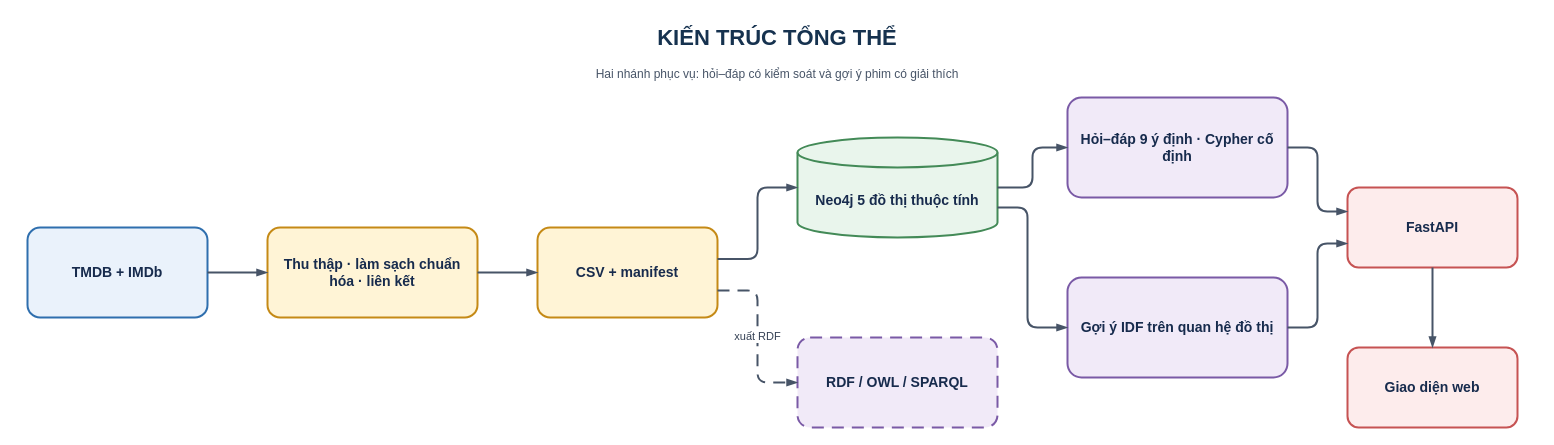
khanhhk/advanced_database keeps this draw.io diagram as report_latex/images/sources/system_architecture.drawio. Above is the earlier version. Source tidied: cells renumbered, new cells numbered last; positions are measured from the earlier drawing's top-left corner, leaving out a move shared by most shapes. Both pictures are drawn from the tidied source at 100%, with x=0, y=0 at pixel (17, 17).
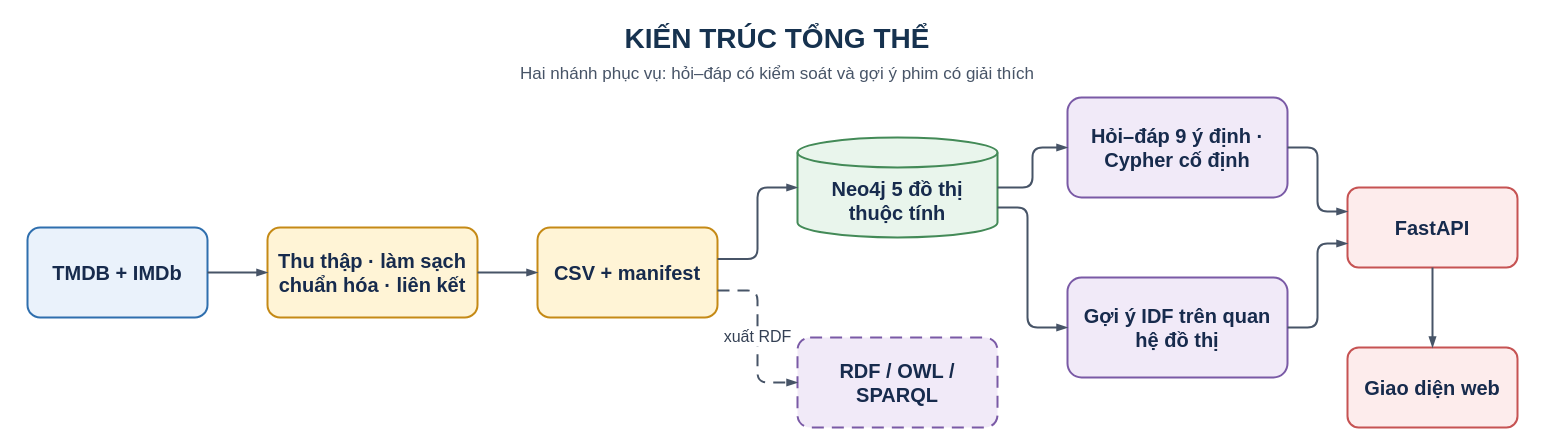
Above is the later version.

Change to the diagram source:
```diff
@@
-    <mxCell id="2" value="KIẾN TRÚC TỔNG THỂ" style="text;html=1;whiteSpace=wrap;align=center;verticalAlign=middle;fontFamily=Helvetica;fontSize=22;fontColor=#16324F;fontStyle=1;" parent="1" vertex="1">
+    <mxCell id="2" value="KIẾN TRÚC TỔNG THỂ" style="text;html=1;whiteSpace=wrap;align=center;verticalAlign=middle;fontFamily=Helvetica;fontSize=28;fontColor=#16324F;fontStyle=1;" parent="1" vertex="1">
       <mxGeometry width="1520" height="42" as="geometry" />
     </mxCell>
-    <mxCell id="3" value="Hai nhánh phục vụ: hỏi–đáp có kiểm soát và gợi ý phim có giải thích" style="text;html=1;whiteSpace=wrap;align=center;verticalAlign=middle;fontFamily=Helvetica;fontSize=12;fontColor=#475467;" parent="1" vertex="1">
+    <mxCell id="3" value="Hai nhánh phục vụ: hỏi–đáp có kiểm soát và gợi ý phim có giải thích" style="text;html=1;whiteSpace=wrap;align=center;verticalAlign=middle;fontFamily=Helvetica;fontSize=17;fontColor=#475467;" parent="1" vertex="1">
       <mxGeometry y="42" width="1520" height="30" as="geometry" />
     </mxCell>
-    <mxCell id="4" value="TMDB + IMDb" style="rounded=1;arcSize=14;whiteSpace=wrap;html=1;align=center;verticalAlign=middle;spacing=8;fontFamily=Helvetica;fontSize=14;fontColor=#172B4D;fillColor=#EAF2FB;strokeColor=#2F6FAE;strokeWidth=2;fontStyle=1;" parent="1" vertex="1">
+    <mxCell id="4" value="TMDB + IMDb" style="rounded=1;arcSize=14;whiteSpace=wrap;html=1;align=center;verticalAlign=middle;spacing=8;fontFamily=Helvetica;fontSize=20;fontColor=#172B4D;fillColor=#EAF2FB;strokeColor=#2F6FAE;strokeWidth=2;fontStyle=1;" parent="1" vertex="1">
       <mxGeometry x="10" y="210" width="180" height="90" as="geometry" />
     </mxCell>
-    <mxCell id="5" value="Thu thập · làm sạch chuẩn hóa · liên kết" style="rounded=1;arcSize=14;whiteSpace=wrap;html=1;align=center;verticalAlign=middle;spacing=8;fontFamily=Helvetica;fontSize=14;fontColor=#172B4D;fillColor=#FFF4D6;strokeColor=#C58A16;strokeWidth=2;fontStyle=1;" parent="1" vertex="1">
+    <mxCell id="5" value="Thu thập · làm sạch chuẩn hóa · liên kết" style="rounded=1;arcSize=14;whiteSpace=wrap;html=1;align=center;verticalAlign=middle;spacing=8;fontFamily=Helvetica;fontSize=20;fontColor=#172B4D;fillColor=#FFF4D6;strokeColor=#C58A16;strokeWidth=2;fontStyle=1;" parent="1" vertex="1">
       <mxGeometry x="250" y="210" width="210" height="90" as="geometry" />
     </mxCell>
-    <mxCell id="6" value="CSV + manifest" style="rounded=1;arcSize=14;whiteSpace=wrap;html=1;align=center;verticalAlign=middle;spacing=8;fontFamily=Helvetica;fontSize=14;fontColor=#172B4D;fillColor=#FFF4D6;strokeColor=#C58A16;strokeWidth=2;fontStyle=1;" parent="1" vertex="1">
+    <mxCell id="6" value="CSV + manifest" style="rounded=1;arcSize=14;whiteSpace=wrap;html=1;align=center;verticalAlign=middle;spacing=8;fontFamily=Helvetica;fontSize=20;fontColor=#172B4D;fillColor=#FFF4D6;strokeColor=#C58A16;strokeWidth=2;fontStyle=1;" parent="1" vertex="1">
       <mxGeometry x="520" y="210" width="180" height="90" as="geometry" />
     </mxCell>
-    <mxCell id="7" value="Neo4j 5 đồ thị thuộc tính" style="shape=cylinder3;boundedLbl=1;whiteSpace=wrap;html=1;align=center;verticalAlign=middle;spacing=8;fontFamily=Helvetica;fontSize=14;fontColor=#172B4D;fillColor=#E9F5EC;strokeColor=#438A57;strokeWidth=2;fontStyle=1;" parent="1" vertex="1">
+    <mxCell id="7" value="Neo4j 5 đồ thị thuộc tính" style="shape=cylinder3;boundedLbl=1;whiteSpace=wrap;html=1;align=center;verticalAlign=middle;spacing=8;fontFamily=Helvetica;fontSize=20;fontColor=#172B4D;fillColor=#E9F5EC;strokeColor=#438A57;strokeWidth=2;fontStyle=1;" parent="1" vertex="1">
       <mxGeometry x="780" y="120" width="200" height="100" as="geometry" />
     </mxCell>
-    <mxCell id="8" value="RDF / OWL / SPARQL" style="rounded=1;arcSize=14;whiteSpace=wrap;html=1;align=center;verticalAlign=middle;spacing=8;fontFamily=Helvetica;fontSize=14;fontColor=#172B4D;fillColor=#F1EAF8;strokeColor=#7A5AA6;strokeWidth=2;fontStyle=1;dashed=1;dashPattern=6 4;" parent="1" vertex="1">
+    <mxCell id="8" value="RDF / OWL / SPARQL" style="rounded=1;arcSize=14;whiteSpace=wrap;html=1;align=center;verticalAlign=middle;spacing=8;fontFamily=Helvetica;fontSize=20;fontColor=#172B4D;fillColor=#F1EAF8;strokeColor=#7A5AA6;strokeWidth=2;fontStyle=1;dashed=1;dashPattern=6 4;" parent="1" vertex="1">
       <mxGeometry x="780" y="320" width="200" height="90" as="geometry" />
     </mxCell>
-    <mxCell id="9" value="Hỏi–đáp 9 ý định · Cypher cố định" style="rounded=1;arcSize=14;whiteSpace=wrap;html=1;align=center;verticalAlign=middle;spacing=8;fontFamily=Helvetica;fontSize=14;fontColor=#172B4D;fillColor=#F1EAF8;strokeColor=#7A5AA6;strokeWidth=2;fontStyle=1;" parent="1" vertex="1">
+    <mxCell id="9" value="Hỏi–đáp 9 ý định · Cypher cố định" style="rounded=1;arcSize=14;whiteSpace=wrap;html=1;align=center;verticalAlign=middle;spacing=8;fontFamily=Helvetica;fontSize=20;fontColor=#172B4D;fillColor=#F1EAF8;strokeColor=#7A5AA6;strokeWidth=2;fontStyle=1;" parent="1" vertex="1">
       <mxGeometry x="1050" y="80" width="220" height="100" as="geometry" />
     </mxCell>
-    <mxCell id="10" value="Gợi ý IDF trên quan hệ đồ thị" style="rounded=1;arcSize=14;whiteSpace=wrap;html=1;align=center;verticalAlign=middle;spacing=8;fontFamily=Helvetica;fontSize=14;fontColor=#172B4D;fillColor=#F1EAF8;strokeColor=#7A5AA6;strokeWidth=2;fontStyle=1;" parent="1" vertex="1">
+    <mxCell id="10" value="Gợi ý IDF trên quan hệ đồ thị" style="rounded=1;arcSize=14;whiteSpace=wrap;html=1;align=center;verticalAlign=middle;spacing=8;fontFamily=Helvetica;fontSize=20;fontColor=#172B4D;fillColor=#F1EAF8;strokeColor=#7A5AA6;strokeWidth=2;fontStyle=1;" parent="1" vertex="1">
       <mxGeometry x="1050" y="260" width="220" height="100" as="geometry" />
     </mxCell>
-    <mxCell id="11" value="FastAPI" style="rounded=1;arcSize=14;whiteSpace=wrap;html=1;align=center;verticalAlign=middle;spacing=8;fontFamily=Helvetica;fontSize=14;fontColor=#172B4D;fillColor=#FDECEC;strokeColor=#C65353;strokeWidth=2;fontStyle=1;" parent="1" vertex="1">
+    <mxCell id="11" value="FastAPI" style="rounded=1;arcSize=14;whiteSpace=wrap;html=1;align=center;verticalAlign=middle;spacing=8;fontFamily=Helvetica;fontSize=20;fontColor=#172B4D;fillColor=#FDECEC;strokeColor=#C65353;strokeWidth=2;fontStyle=1;" parent="1" vertex="1">
       <mxGeometry x="1330" y="170" width="170" height="80" as="geometry" />
     </mxCell>
-    <mxCell id="12" value="Giao diện web" style="rounded=1;arcSize=14;whiteSpace=wrap;html=1;align=center;verticalAlign=middle;spacing=8;fontFamily=Helvetica;fontSize=14;fontColor=#172B4D;fillColor=#FDECEC;strokeColor=#C65353;strokeWidth=2;fontStyle=1;" parent="1" vertex="1">
+    <mxCell id="12" value="Giao diện web" style="rounded=1;arcSize=14;whiteSpace=wrap;html=1;align=center;verticalAlign=middle;spacing=8;fontFamily=Helvetica;fontSize=20;fontColor=#172B4D;fillColor=#FDECEC;strokeColor=#C65353;strokeWidth=2;fontStyle=1;" parent="1" vertex="1">
       <mxGeometry x="1330" y="330" width="170" height="80" as="geometry" />
     </mxCell>
-    <mxCell id="13" style="edgeStyle=orthogonalEdgeStyle;rounded=1;jettySize=auto;html=1;strokeColor=#475467;strokeWidth=2;endArrow=blockThin;endFill=1;fontFamily=Helvetica;fontSize=11;fontColor=#344054;labelBackgroundColor=#FFFFFF;exitX=1;exitY=0.5;exitDx=0;exitDy=0;entryX=0;entryY=0.5;entryDx=0;entryDy=0;" parent="1" edge="1" source="4" target="5">
+    <mxCell id="13" style="edgeStyle=orthogonalEdgeStyle;rounded=1;jettySize=auto;html=1;strokeColor=#475467;strokeWidth=2;endArrow=blockThin;endFill=1;fontFamily=Helvetica;fontSize=16;fontColor=#344054;labelBackgroundColor=#FFFFFF;exitX=1;exitY=0.5;exitDx=0;exitDy=0;entryX=0;entryY=0.5;entryDx=0;entryDy=0;" parent="1" edge="1" source="4" target="5">
       <mxGeometry relative="1" as="geometry" />
     </mxCell>
-    <mxCell id="14" style="edgeStyle=orthogonalEdgeStyle;rounded=1;jettySize=auto;html=1;strokeColor=#475467;strokeWidth=2;endArrow=blockThin;endFill=1;fontFamily=Helvetica;fontSize=11;fontColor=#344054;labelBackgroundColor=#FFFFFF;exitX=1;exitY=0.5;exitDx=0;exitDy=0;entryX=0;entryY=0.5;entryDx=0;entryDy=0;" parent="1" edge="1" source="5" target="6">
+    <mxCell id="14" style="edgeStyle=orthogonalEdgeStyle;rounded=1;jettySize=auto;html=1;strokeColor=#475467;strokeWidth=2;endArrow=blockThin;endFill=1;fontFamily=Helvetica;fontSize=16;fontColor=#344054;labelBackgroundColor=#FFFFFF;exitX=1;exitY=0.5;exitDx=0;exitDy=0;entryX=0;entryY=0.5;entryDx=0;entryDy=0;" parent="1" edge="1" source="5" target="6">
       <mxGeometry relative="1" as="geometry" />
     </mxCell>
-    <mxCell id="15" style="edgeStyle=orthogonalEdgeStyle;rounded=1;jettySize=auto;html=1;strokeColor=#475467;strokeWidth=2;endArrow=blockThin;endFill=1;fontFamily=Helvetica;fontSize=11;fontColor=#344054;labelBackgroundColor=#FFFFFF;exitX=1;exitY=0.35;exitDx=0;exitDy=0;entryX=0;entryY=0.5;entryDx=0;entryDy=0;" parent="1" edge="1" source="6" target="7">
+    <mxCell id="15" style="edgeStyle=orthogonalEdgeStyle;rounded=1;jettySize=auto;html=1;strokeColor=#475467;strokeWidth=2;endArrow=blockThin;endFill=1;fontFamily=Helvetica;fontSize=16;fontColor=#344054;labelBackgroundColor=#FFFFFF;exitX=1;exitY=0.35;exitDx=0;exitDy=0;entryX=0;entryY=0.5;entryDx=0;entryDy=0;" parent="1" edge="1" source="6" target="7">
       <mxGeometry relative="1" as="geometry" />
     </mxCell>
-    <mxCell id="16" value="xuất RDF" style="edgeStyle=orthogonalEdgeStyle;rounded=1;jettySize=auto;html=1;strokeColor=#475467;strokeWidth=2;endArrow=blockThin;endFill=1;fontFamily=Helvetica;fontSize=11;fontColor=#344054;labelBackgroundColor=#FFFFFF;exitX=1;exitY=0.7;exitDx=0;exitDy=0;entryX=0;entryY=0.5;entryDx=0;entryDy=0;dashed=1;dashPattern=6 4;" parent="1" edge="1" source="6" target="8">
+    <mxCell id="16" value="xuất RDF" style="edgeStyle=orthogonalEdgeStyle;rounded=1;jettySize=auto;html=1;strokeColor=#475467;strokeWidth=2;endArrow=blockThin;endFill=1;fontFamily=Helvetica;fontSize=16;fontColor=#344054;labelBackgroundColor=#FFFFFF;exitX=1;exitY=0.7;exitDx=0;exitDy=0;entryX=0;entryY=0.5;entryDx=0;entryDy=0;dashed=1;dashPattern=6 4;" parent="1" edge="1" source="6" target="8">
       <mxGeometry relative="1" as="geometry" />
     </mxCell>
-    <mxCell id="17" style="edgeStyle=orthogonalEdgeStyle;rounded=1;jettySize=auto;html=1;strokeColor=#475467;strokeWidth=2;endArrow=blockThin;endFill=1;fontFamily=Helvetica;fontSize=11;fontColor=#344054;labelBackgroundColor=#FFFFFF;exitX=1;exitY=0.5;exitDx=0;exitDy=0;entryX=0;entryY=0.5;entryDx=0;entryDy=0;" parent="1" edge="1" source="7" target="9">
+    <mxCell id="17" style="edgeStyle=orthogonalEdgeStyle;rounded=1;jettySize=auto;html=1;strokeColor=#475467;strokeWidth=2;endArrow=blockThin;endFill=1;fontFamily=Helvetica;fontSize=16;fontColor=#344054;labelBackgroundColor=#FFFFFF;exitX=1;exitY=0.5;exitDx=0;exitDy=0;entryX=0;entryY=0.5;entryDx=0;entryDy=0;" parent="1" edge="1" source="7" target="9">
       <mxGeometry relative="1" as="geometry" />
     </mxCell>
-    <mxCell id="18" style="edgeStyle=orthogonalEdgeStyle;rounded=1;jettySize=auto;html=1;strokeColor=#475467;strokeWidth=2;endArrow=blockThin;endFill=1;fontFamily=Helvetica;fontSize=11;fontColor=#344054;labelBackgroundColor=#FFFFFF;exitX=1;exitY=0.7;exitDx=0;exitDy=0;entryX=0;entryY=0.5;entryDx=0;entryDy=0;" parent="1" edge="1" source="7" target="10">
+    <mxCell id="18" style="edgeStyle=orthogonalEdgeStyle;rounded=1;jettySize=auto;html=1;strokeColor=#475467;strokeWidth=2;endArrow=blockThin;endFill=1;fontFamily=Helvetica;fontSize=16;fontColor=#344054;labelBackgroundColor=#FFFFFF;exitX=1;exitY=0.7;exitDx=0;exitDy=0;entryX=0;entryY=0.5;entryDx=0;entryDy=0;" parent="1" edge="1" source="7" target="10">
       <mxGeometry relative="1" as="geometry">
         <Array as="points">
           <mxPoint x="1010" y="190" />
           <mxPoint x="1010" y="310" />
         </Array>
       </mxGeometry>
     </mxCell>
-    <mxCell id="19" style="edgeStyle=orthogonalEdgeStyle;rounded=1;jettySize=auto;html=1;strokeColor=#475467;strokeWidth=2;endArrow=blockThin;endFill=1;fontFamily=Helvetica;fontSize=11;fontColor=#344054;labelBackgroundColor=#FFFFFF;exitX=1;exitY=0.5;exitDx=0;exitDy=0;entryX=0;entryY=0.3;entryDx=0;entryDy=0;" parent="1" edge="1" source="9" target="11">
+    <mxCell id="19" style="edgeStyle=orthogonalEdgeStyle;rounded=1;jettySize=auto;html=1;strokeColor=#475467;strokeWidth=2;endArrow=blockThin;endFill=1;fontFamily=Helvetica;fontSize=16;fontColor=#344054;labelBackgroundColor=#FFFFFF;exitX=1;exitY=0.5;exitDx=0;exitDy=0;entryX=0;entryY=0.3;entryDx=0;entryDy=0;" parent="1" edge="1" source="9" target="11">
       <mxGeometry relative="1" as="geometry" />
     </mxCell>
-    <mxCell id="20" style="edgeStyle=orthogonalEdgeStyle;rounded=1;jettySize=auto;html=1;strokeColor=#475467;strokeWidth=2;endArrow=blockThin;endFill=1;fontFamily=Helvetica;fontSize=11;fontColor=#344054;labelBackgroundColor=#FFFFFF;exitX=1;exitY=0.5;exitDx=0;exitDy=0;entryX=0;entryY=0.7;entryDx=0;entryDy=0;" parent="1" edge="1" source="10" target="11">
+    <mxCell id="20" style="edgeStyle=orthogonalEdgeStyle;rounded=1;jettySize=auto;html=1;strokeColor=#475467;strokeWidth=2;endArrow=blockThin;endFill=1;fontFamily=Helvetica;fontSize=16;fontColor=#344054;labelBackgroundColor=#FFFFFF;exitX=1;exitY=0.5;exitDx=0;exitDy=0;entryX=0;entryY=0.7;entryDx=0;entryDy=0;" parent="1" edge="1" source="10" target="11">
       <mxGeometry relative="1" as="geometry" />
     </mxCell>
-    <mxCell id="21" style="edgeStyle=orthogonalEdgeStyle;rounded=1;jettySize=auto;html=1;strokeColor=#475467;strokeWidth=2;endArrow=blockThin;endFill=1;fontFamily=Helvetica;fontSize=11;fontColor=#344054;labelBackgroundColor=#FFFFFF;exitX=0.5;exitY=1;exitDx=0;exitDy=0;entryX=0.5;entryY=0;entryDx=0;entryDy=0;" parent="1" edge="1" source="11" target="12">
+    <mxCell id="21" style="edgeStyle=orthogonalEdgeStyle;rounded=1;jettySize=auto;html=1;strokeColor=#475467;strokeWidth=2;endArrow=blockThin;endFill=1;fontFamily=Helvetica;fontSize=16;fontColor=#344054;labelBackgroundColor=#FFFFFF;exitX=0.5;exitY=1;exitDx=0;exitDy=0;entryX=0.5;entryY=0;entryDx=0;entryDy=0;" parent="1" edge="1" source="11" target="12">
       <mxGeometry relative="1" as="geometry" />
     </mxCell>
```
